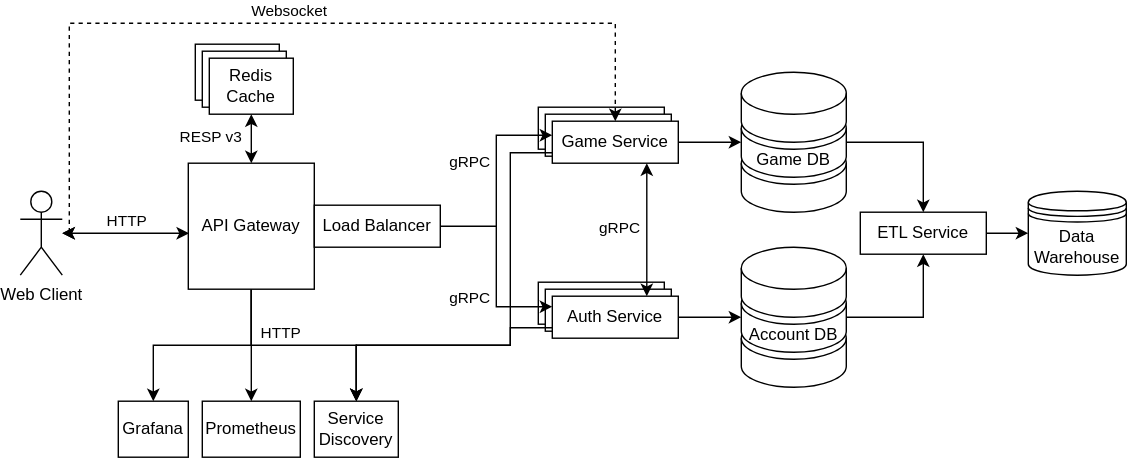
The draw.io diagram Lab 2 - Logically Linked DBs/Service_Architecture.svg in RandomNick7/PAD-Labs, before a commit. Source tidied: cells renumbered, new cells last; positions are measured from the earlier drawing's top-left corner, leaving out a move shared by most shapes.
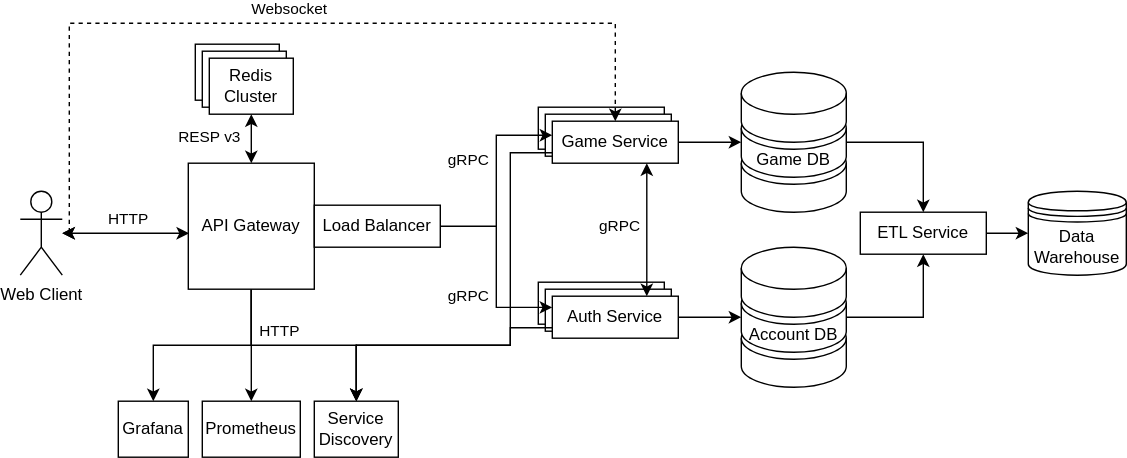
The same file after the commit.

Change to the diagram source:
```diff
@@ -1,4 +1,4 @@
-<mxGraphModel background="#FFFFFF">
+<mxGraphModel>
   <root>
     <mxCell id="0" />
     <mxCell id="1" parent="0" />
@@ -40,19 +40,19 @@
     <mxCell id="12" value="&lt;div&gt;API Gateway&lt;/div&gt;" style="whiteSpace=wrap;html=1;rounded=0;" parent="1" vertex="1">
       <mxGeometry x="120" y="100" width="90" height="90" as="geometry" />
     </mxCell>
-    <mxCell id="13" style="edgeStyle=orthogonalEdgeStyle;rounded=0;jettySize=auto;html=1;" parent="1" edge="1" target="19">
-      <mxGeometry relative="1" as="geometry">
-        <mxPoint x="340" y="145" as="sourcePoint" />
-        <Array as="points">
-          <mxPoint x="340" y="80" />
-        </Array>
-      </mxGeometry>
-    </mxCell>
-    <mxCell id="14" value="gRPC" style="edgeLabel;html=1;align=center;verticalAlign=middle;" parent="13" vertex="1">
-      <mxGeometry x="0.11" y="-2" relative="1" as="geometry">
-        <mxPoint x="-22" y="11" as="offset" />
-      </mxGeometry>
-    </mxCell>
+    <mxCell id="48" style="edgeStyle=orthogonalEdgeStyle;rounded=0;jettySize=auto;html=1;" parent="1" edge="1" target="19">
+      <mxGeometry relative="1" as="geometry">
+        <mxPoint x="340" y="145" as="sourcePoint" />
+        <Array as="points">
+          <mxPoint x="340" y="80" />
+        </Array>
+      </mxGeometry>
+    </mxCell>
+    <mxCell id="49" value="gRPC" style="edgeLabel;html=1;align=center;verticalAlign=middle;" parent="48" vertex="1">
+      <mxGeometry x="0.11" y="-2" relative="1" as="geometry">
+        <mxPoint x="-22" y="11" as="offset" />
+      </mxGeometry>
+    </mxCell>
     <mxCell id="15" value="Load Balancer" style="whiteSpace=wrap;html=1;rounded=0;" parent="1" vertex="1">
       <mxGeometry x="210" y="130" width="90" height="30" as="geometry" />
     </mxCell>
@@ -100,9 +100,9 @@
     <mxCell id="23" value="Account DB" style="shape=cylinder3;whiteSpace=wrap;html=1;boundedLbl=1;backgroundOutline=1;size=15;" parent="1" vertex="1">
       <mxGeometry x="515" y="185" width="75" height="50" as="geometry" />
     </mxCell>
-    <mxCell id="24" value="Redis Cache" style="whiteSpace=wrap;html=1;rounded=0;" parent="1" vertex="1">
-      <mxGeometry x="135" y="25" width="60" height="40" as="geometry" />
-    </mxCell>
+    <mxCell id="50" value="Redis Cluster" style="whiteSpace=wrap;html=1;rounded=0;" parent="1" vertex="1">
+      <mxGeometry x="135" y="25" width="60" height="40" as="geometry" />
+    </mxCell>
     <mxCell id="25" style="edgeStyle=orthogonalEdgeStyle;rounded=0;jettySize=auto;html=1;exitX=1;exitY=0.5;exitDx=0;exitDy=0;exitPerimeter=0;entryX=0.5;entryY=0;entryDx=0;entryDy=0;" parent="1" edge="1" source="26" target="44">
       <mxGeometry relative="1" as="geometry" />
     </mxCell>
@@ -136,15 +136,15 @@
     <mxCell id="33" value="Service Discovery" style="whiteSpace=wrap;html=1;rounded=0;" parent="1" vertex="1">
       <mxGeometry x="210" y="270" width="60" height="40" as="geometry" />
     </mxCell>
-    <mxCell id="34" style="edgeStyle=orthogonalEdgeStyle;rounded=0;jettySize=auto;html=1;entryX=0.5;entryY=1;entryDx=0;entryDy=0;exitX=0.5;exitY=0;exitDx=0;exitDy=0;startArrow=classic;startFill=1;" parent="1" edge="1" source="12" target="24">
-      <mxGeometry relative="1" as="geometry">
-        <Array as="points">
-          <mxPoint x="165" y="70" />
-          <mxPoint x="165" y="70" />
-        </Array>
-      </mxGeometry>
-    </mxCell>
+    <mxCell id="51" style="edgeStyle=orthogonalEdgeStyle;rounded=0;jettySize=auto;html=1;entryX=0.5;entryY=1;entryDx=0;entryDy=0;exitX=0.5;exitY=0;exitDx=0;exitDy=0;startArrow=classic;startFill=1;" parent="1" edge="1" source="12" target="50">
+      <mxGeometry relative="1" as="geometry">
+        <Array as="points">
+          <mxPoint x="165" y="70" />
+          <mxPoint x="165" y="70" />
+        </Array>
+      </mxGeometry>
+    </mxCell>
-    <mxCell id="35" value="RESP v3" style="edgeLabel;html=1;align=center;verticalAlign=middle;" parent="34" vertex="1">
+    <mxCell id="35" value="RESP v3" style="edgeLabel;html=1;align=center;verticalAlign=middle;" parent="51" vertex="1">
       <mxGeometry x="-0.04" y="-1" relative="1" as="geometry">
         <mxPoint x="-31" y="-3" as="offset" />
       </mxGeometry>
@@ -164,11 +164,11 @@
     <mxCell id="38" style="edgeStyle=orthogonalEdgeStyle;rounded=0;jettySize=auto;html=1;startArrow=classic;startFill=1;exitX=0.75;exitY=1;exitDx=0;exitDy=0;entryX=0.75;entryY=0;entryDx=0;entryDy=0;" parent="1" edge="1" source="19" target="32">
       <mxGeometry relative="1" as="geometry" />
     </mxCell>
-    <mxCell id="39" value="gRPC" style="edgeLabel;html=1;align=center;verticalAlign=middle;" parent="38" vertex="1">
-      <mxGeometry x="-0.04" y="1" relative="1" as="geometry">
-        <mxPoint x="-21" y="-1" as="offset" />
-      </mxGeometry>
-    </mxCell>
+    <mxCell id="52" value="gRPC" style="edgeLabel;html=1;align=center;verticalAlign=middle;" parent="38" vertex="1">
+      <mxGeometry x="-0.04" y="1" relative="1" as="geometry">
+        <mxPoint x="-21" y="-1" as="offset" />
+      </mxGeometry>
+    </mxCell>
     <mxCell id="40" value="&lt;div&gt;Data Warehouse&lt;/div&gt;" style="shape=datastore;whiteSpace=wrap;html=1;" parent="1" vertex="1">
       <mxGeometry x="720" y="120" width="70" height="60" as="geometry" />
     </mxCell>
```
